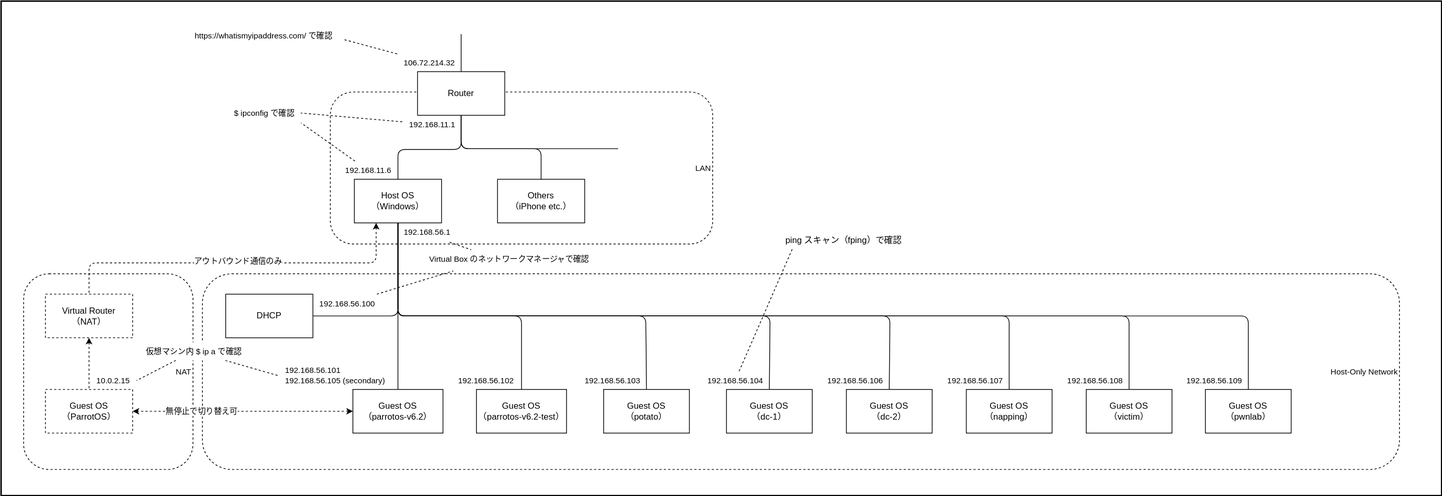
The draw.io diagram diagrams/network-of-hacking-lab.drawio.svg in SOUSUKEKUROSAWA/drawio, before a commit. Source tidied: cells renumbered, new cells last; positions are measured from the earlier drawing's top-left corner, leaving out a move shared by most shapes.
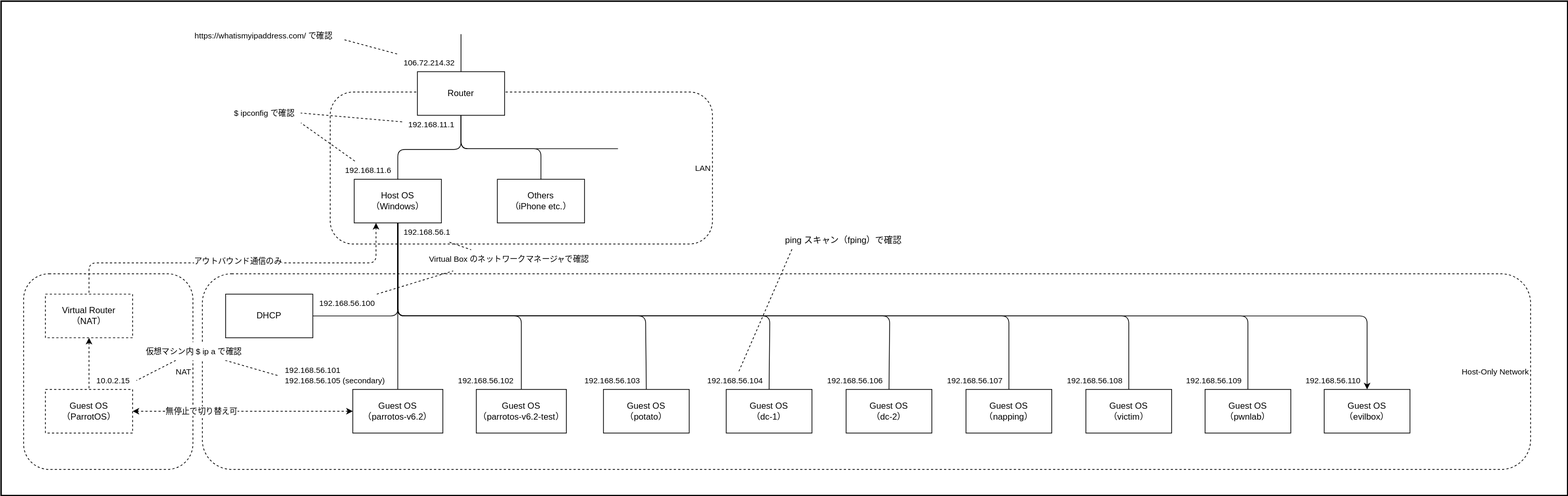
After the change.

What changed in the source:
```diff
@@ -3,13 +3,13 @@
     <mxCell id="0" />
     <mxCell id="1" parent="0" />
     <mxCell id="2" style="rounded=0;whiteSpace=wrap;html=1;strokeWidth=2;" parent="1" vertex="1">
-      <mxGeometry width="1982" height="680" as="geometry" />
+      <mxGeometry width="2156" height="680" as="geometry" />
     </mxCell>
     <mxCell id="3" value="NAT&amp;nbsp;" style="rounded=1;whiteSpace=wrap;html=1;fontSize=11;fontColor=#000000;fillColor=none;dashed=1;align=right;" parent="1" vertex="1">
       <mxGeometry x="31" y="375" width="233" height="269" as="geometry" />
     </mxCell>
     <mxCell id="4" value="Host-Only Network&amp;nbsp;" style="rounded=1;whiteSpace=wrap;html=1;fontSize=11;fontColor=#000000;fillColor=none;dashed=1;align=right;" parent="1" vertex="1">
-      <mxGeometry x="277" y="375" width="1647" height="269" as="geometry" />
+      <mxGeometry x="277" y="375" width="1828" height="269" as="geometry" />
     </mxCell>
     <mxCell id="5" value="LAN&amp;nbsp;" style="rounded=1;whiteSpace=wrap;html=1;fontSize=11;fontColor=#000000;fillColor=none;dashed=1;align=right;" parent="1" vertex="1">
       <mxGeometry x="453" y="125" width="526" height="209" as="geometry" />
@@ -131,6 +131,14 @@
         </Array>
       </mxGeometry>
     </mxCell>
+    <mxCell id="65" style="edgeStyle=none;html=1;entryX=0.5;entryY=0;entryDx=0;entryDy=0;" parent="1" edge="1" source="24" target="66">
+      <mxGeometry relative="1" as="geometry">
+        <Array as="points">
+          <mxPoint x="546" y="433" />
+          <mxPoint x="1880" y="433" />
+        </Array>
+      </mxGeometry>
+    </mxCell>
     <mxCell id="24" value="Host OS&lt;br&gt;（Windows）" style="rounded=0;whiteSpace=wrap;html=1;" parent="1" vertex="1">
       <mxGeometry x="486" y="245" width="120" height="60" as="geometry" />
     </mxCell>
@@ -256,5 +264,11 @@
     <mxCell id="64" value="192.168.56.109" style="text;html=1;align=center;verticalAlign=middle;strokeColor=none;fillColor=none;fontSize=11;fontColor=#000000;" parent="1" vertex="1">
       <mxGeometry x="1622" y="509" width="94" height="25" as="geometry" />
     </mxCell>
+    <mxCell id="66" value="Guest OS&lt;br&gt;（evilbox）" style="rounded=0;whiteSpace=wrap;html=1;" parent="1" vertex="1">
+      <mxGeometry x="1821" y="534" width="118" height="60" as="geometry" />
+    </mxCell>
+    <mxCell id="67" value="192.168.56.110" style="text;html=1;align=center;verticalAlign=middle;strokeColor=none;fillColor=none;fontSize=11;fontColor=#000000;" parent="1" vertex="1">
+      <mxGeometry x="1786" y="509" width="94" height="25" as="geometry" />
+    </mxCell>
   </root>
 </mxGraphModel>
```
